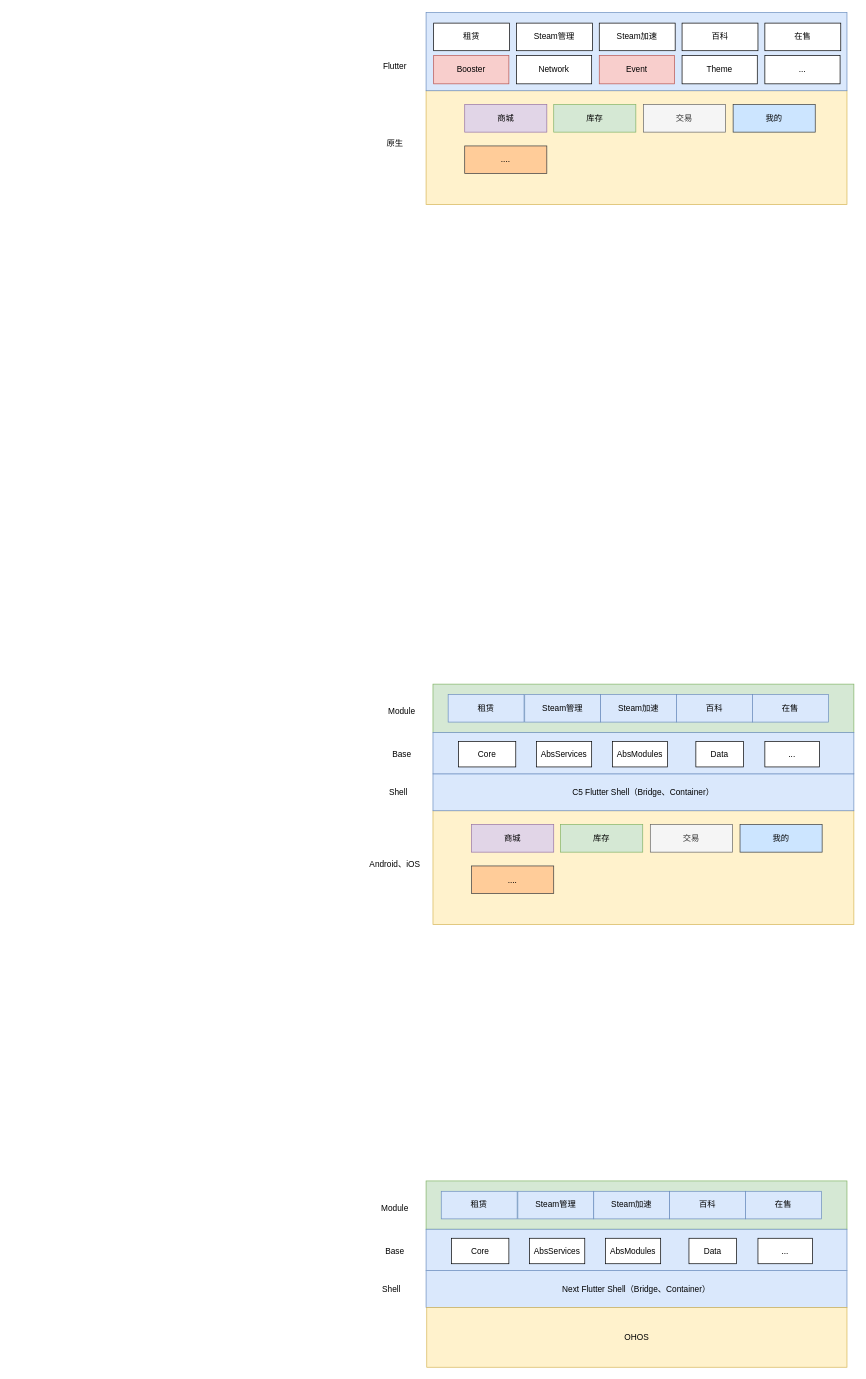
Before: C5Game.drawio in LailaiMaster/cloud, a draw.io diagram. Source tidied: cells renumbered, new cells numbered last; positions are measured from the earlier drawing's top-left corner, leaving out a move shared by most shapes. Both pictures are drawn from the tidied source at 69%, with x=0, y=0 at pixel (364, 12).
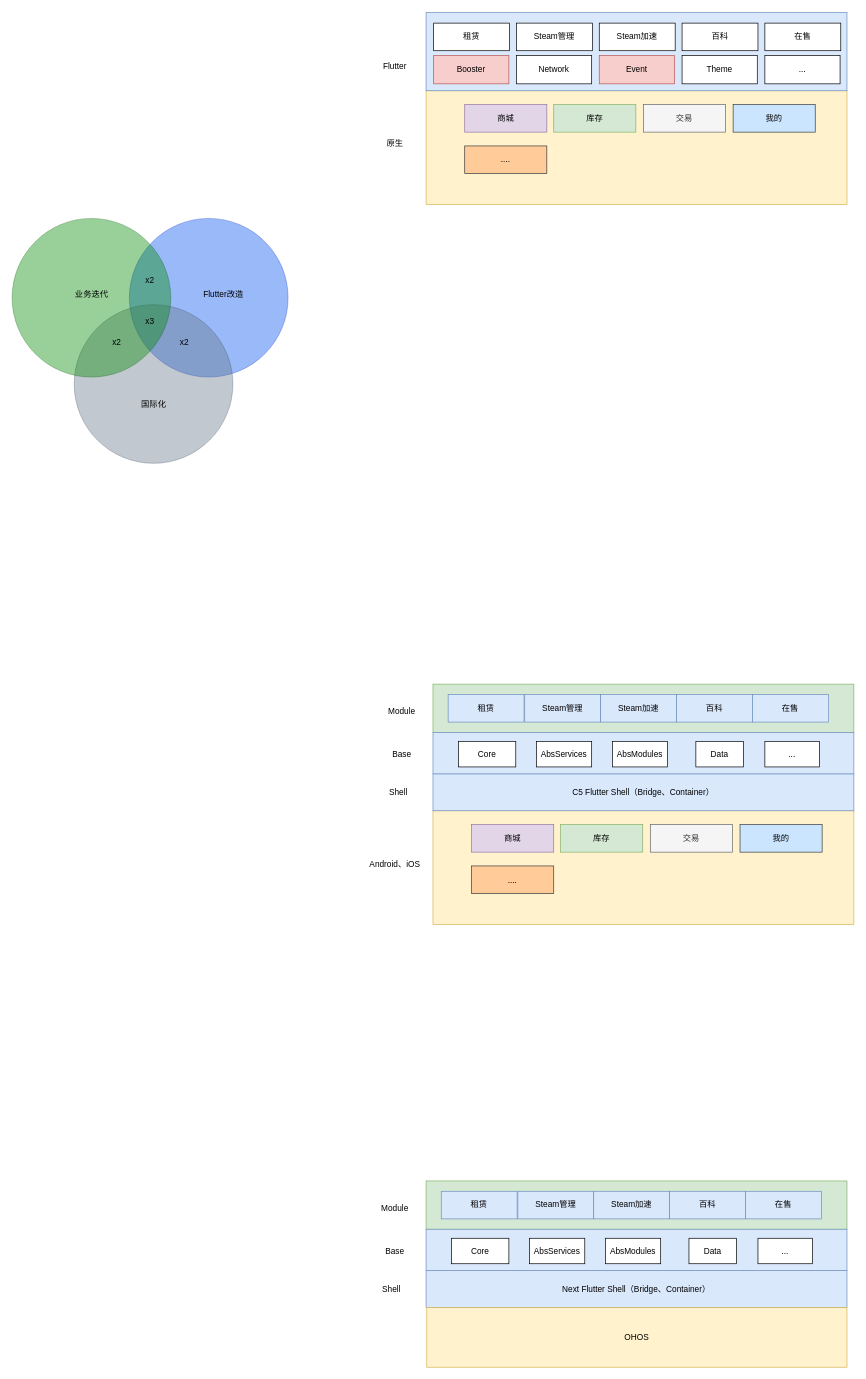
Above is the later version.

What changed in the source:
```diff
@@
+    <mxCell id="61" style="ellipse;whiteSpace=wrap;html=1;fillColor=#0050ef;fontColor=#ffffff;strokeColor=#001DBC;opacity=40;" parent="1" vertex="1">
+      <mxGeometry x="-340" y="299" width="230" height="230" as="geometry" />
+    </mxCell>
+    <mxCell id="62" value="Flutter改造" style="text;html=1;align=center;verticalAlign=middle;whiteSpace=wrap;rounded=0;" parent="1" vertex="1">
+      <mxGeometry x="-270" y="374" width="133" height="70" as="geometry" />
+    </mxCell>
+    <mxCell id="63" style="ellipse;whiteSpace=wrap;html=1;fillColor=#647687;fontColor=#ffffff;strokeColor=#314354;opacity=40;" parent="1" vertex="1">
+      <mxGeometry x="-420" y="424" width="230" height="230" as="geometry" />
+    </mxCell>
+    <mxCell id="64" style="ellipse;whiteSpace=wrap;html=1;fillColor=#008a00;fontColor=#ffffff;strokeColor=#005700;opacity=40;" parent="1" vertex="1">
+      <mxGeometry x="-510" y="299" width="230" height="230" as="geometry" />
+    </mxCell>
+    <mxCell id="65" value="业务迭代" style="text;html=1;align=center;verticalAlign=middle;whiteSpace=wrap;rounded=0;" parent="1" vertex="1">
+      <mxGeometry x="-461.5" y="374" width="133" height="70" as="geometry" />
+    </mxCell>
+    <mxCell id="66" value="国际化" style="text;html=1;align=center;verticalAlign=middle;whiteSpace=wrap;rounded=0;" parent="1" vertex="1">
+      <mxGeometry x="-371.5" y="534" width="133" height="70" as="geometry" />
+    </mxCell>
+    <mxCell id="67" value="x3" style="text;html=1;align=center;verticalAlign=middle;whiteSpace=wrap;rounded=0;" parent="1" vertex="1">
+      <mxGeometry x="-340" y="434" width="60" height="30" as="geometry" />
+    </mxCell>
+    <mxCell id="68" value="x2" style="text;html=1;align=center;verticalAlign=middle;whiteSpace=wrap;rounded=0;" parent="1" vertex="1">
+      <mxGeometry x="-340" y="374" width="60" height="30" as="geometry" />
+    </mxCell>
+    <mxCell id="69" value="x2" style="text;html=1;align=center;verticalAlign=middle;whiteSpace=wrap;rounded=0;" parent="1" vertex="1">
+      <mxGeometry x="-290" y="464" width="60" height="30" as="geometry" />
+    </mxCell>
+    <mxCell id="70" value="x2" style="text;html=1;align=center;verticalAlign=middle;whiteSpace=wrap;rounded=0;" parent="1" vertex="1">
+      <mxGeometry x="-388.5" y="464" width="60" height="30" as="geometry" />
+    </mxCell>
```
